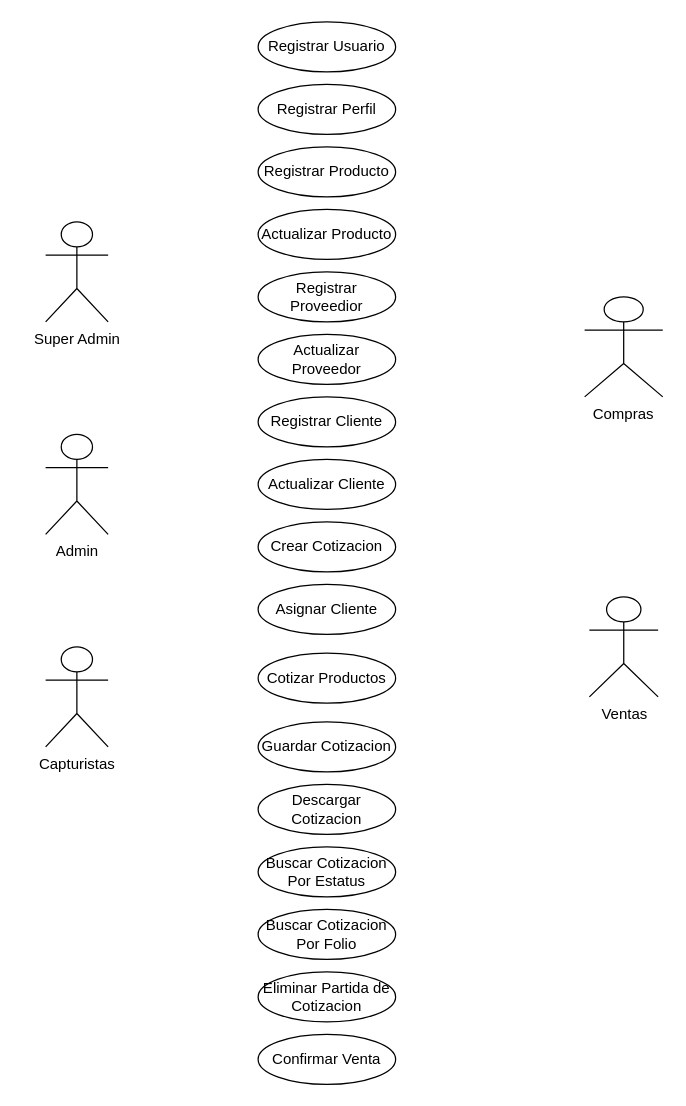
This is Version uno.drawio from KAI1718/practicas, a draw.io file, before an edit. Source tidied: cells renumbered, new cells numbered last; positions are measured from the earlier drawing's top-left corner, leaving out a move shared by most shapes. Both pictures are drawn from the tidied source at 125%, with x=0, y=0 at pixel (45, 21).
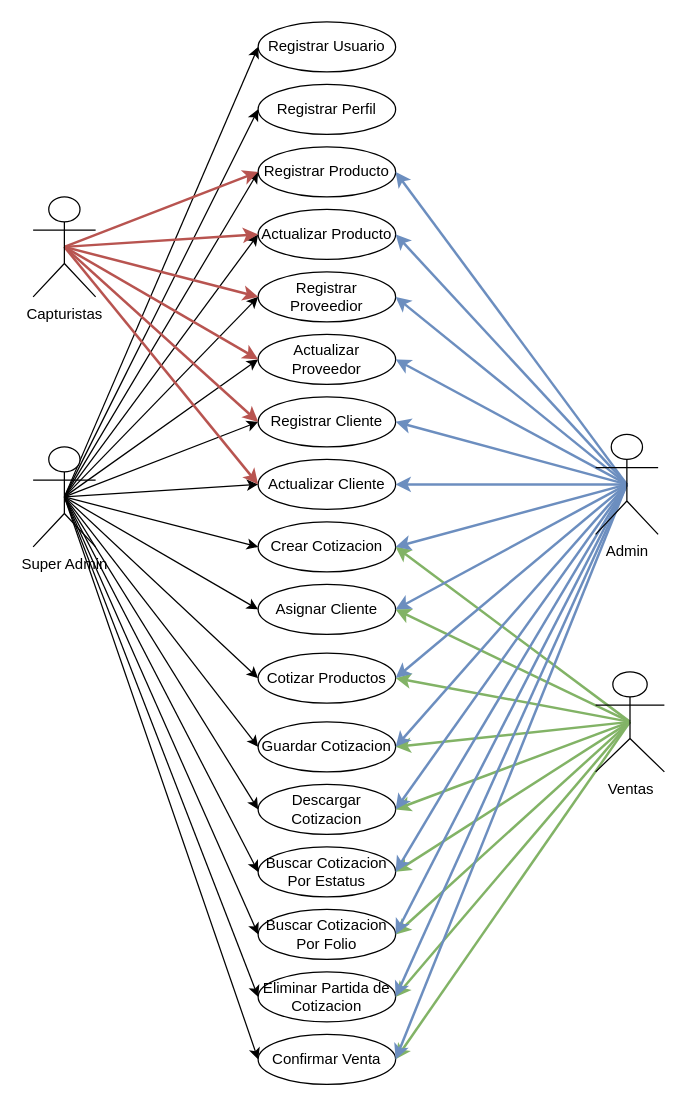
The same page after the edit.

The change refers to these unchanged cells:
```xml
<mxCell id="2" value="Registrar Usuario" style="ellipse;whiteSpace=wrap;html=1;" parent="1" vertex="1">
  <mxGeometry x="170" width="110" height="40" as="geometry" />
</mxCell>
<mxCell id="3" value="Registrar Perfil" style="ellipse;whiteSpace=wrap;html=1;" parent="1" vertex="1">
  <mxGeometry x="170" y="50" width="110" height="40" as="geometry" />
</mxCell>
<mxCell id="4" value="Registrar Producto" style="ellipse;whiteSpace=wrap;html=1;" parent="1" vertex="1">
  <mxGeometry x="170" y="100" width="110" height="40" as="geometry" />
</mxCell>
<mxCell id="5" value="Actualizar Producto" style="ellipse;whiteSpace=wrap;html=1;" parent="1" vertex="1">
  <mxGeometry x="170" y="150" width="110" height="40" as="geometry" />
</mxCell>
<mxCell id="6" value="Registrar Proveedior" style="ellipse;whiteSpace=wrap;html=1;" parent="1" vertex="1">
  <mxGeometry x="170" y="200" width="110" height="40" as="geometry" />
</mxCell>
<mxCell id="7" value="Actualizar Proveedor" style="ellipse;whiteSpace=wrap;html=1;" parent="1" vertex="1">
  <mxGeometry x="170" y="250" width="110" height="40" as="geometry" />
</mxCell>
<mxCell id="8" value="Registrar Cliente" style="ellipse;whiteSpace=wrap;html=1;" parent="1" vertex="1">
  <mxGeometry x="170" y="300" width="110" height="40" as="geometry" />
</mxCell>
<mxCell id="9" value="Actualizar Cliente" style="ellipse;whiteSpace=wrap;html=1;" parent="1" vertex="1">
  <mxGeometry x="170" y="350" width="110" height="40" as="geometry" />
</mxCell>
<mxCell id="10" value="Crear Cotizacion" style="ellipse;whiteSpace=wrap;html=1;" parent="1" vertex="1">
  <mxGeometry x="170" y="400" width="110" height="40" as="geometry" />
</mxCell>
<mxCell id="11" value="Asignar Cliente" style="ellipse;whiteSpace=wrap;html=1;" parent="1" vertex="1">
  <mxGeometry x="170" y="450" width="110" height="40" as="geometry" />
</mxCell>
<mxCell id="12" value="Cotizar Productos" style="ellipse;whiteSpace=wrap;html=1;" parent="1" vertex="1">
  <mxGeometry x="170" y="505" width="110" height="40" as="geometry" />
</mxCell>
<mxCell id="13" value="Guardar Cotizacion" style="ellipse;whiteSpace=wrap;html=1;" parent="1" vertex="1">
  <mxGeometry x="170" y="560" width="110" height="40" as="geometry" />
</mxCell>
<mxCell id="14" value="Descargar Cotizacion" style="ellipse;whiteSpace=wrap;html=1;" parent="1" vertex="1">
  <mxGeometry x="170" y="610" width="110" height="40" as="geometry" />
</mxCell>
<mxCell id="15" value="Buscar Cotizacion Por Estatus" style="ellipse;whiteSpace=wrap;html=1;" parent="1" vertex="1">
  <mxGeometry x="170" y="660" width="110" height="40" as="geometry" />
</mxCell>
<mxCell id="16" value="Buscar Cotizacion Por Folio" style="ellipse;whiteSpace=wrap;html=1;" parent="1" vertex="1">
  <mxGeometry x="170" y="710" width="110" height="40" as="geometry" />
</mxCell>
<mxCell id="17" value="Eliminar Partida de Cotizacion" style="ellipse;whiteSpace=wrap;html=1;" parent="1" vertex="1">
  <mxGeometry x="170" y="760" width="110" height="40" as="geometry" />
</mxCell>
<mxCell id="18" value="Confirmar Venta" style="ellipse;whiteSpace=wrap;html=1;" parent="1" vertex="1">
  <mxGeometry x="170" y="810" width="110" height="40" as="geometry" />
</mxCell>
```

Change to the diagram source:
```diff
@@
+    <mxCell id="24" style="rounded=0;jettySize=auto;html=1;exitX=0.5;exitY=0.5;exitDx=0;exitDy=0;exitPerimeter=0;entryX=0;entryY=0.5;entryDx=0;entryDy=0;" parent="1" edge="1" source="19" target="2">
+      <mxGeometry relative="1" as="geometry" />
+    </mxCell>
+    <mxCell id="25" style="rounded=0;jettySize=auto;html=1;exitX=0.5;exitY=0.5;exitDx=0;exitDy=0;exitPerimeter=0;entryX=0;entryY=0.5;entryDx=0;entryDy=0;" parent="1" edge="1" source="19" target="3">
+      <mxGeometry relative="1" as="geometry" />
+    </mxCell>
+    <mxCell id="26" style="rounded=0;jettySize=auto;html=1;exitX=0.5;exitY=0.5;exitDx=0;exitDy=0;exitPerimeter=0;entryX=0;entryY=0.5;entryDx=0;entryDy=0;" parent="1" edge="1" source="19" target="4">
+      <mxGeometry relative="1" as="geometry" />
+    </mxCell>
+    <mxCell id="27" style="rounded=0;jettySize=auto;html=1;exitX=0.5;exitY=0.5;exitDx=0;exitDy=0;exitPerimeter=0;entryX=0;entryY=0.5;entryDx=0;entryDy=0;" parent="1" edge="1" source="19" target="5">
+      <mxGeometry relative="1" as="geometry" />
+    </mxCell>
+    <mxCell id="28" style="rounded=0;jettySize=auto;html=1;exitX=0.5;exitY=0.5;exitDx=0;exitDy=0;exitPerimeter=0;entryX=0;entryY=0.5;entryDx=0;entryDy=0;" parent="1" edge="1" source="19" target="6">
+      <mxGeometry relative="1" as="geometry" />
+    </mxCell>
+    <mxCell id="29" style="rounded=0;jettySize=auto;html=1;exitX=0.5;exitY=0.5;exitDx=0;exitDy=0;exitPerimeter=0;entryX=0;entryY=0.5;entryDx=0;entryDy=0;" parent="1" edge="1" source="19" target="7">
+      <mxGeometry relative="1" as="geometry" />
+    </mxCell>
+    <mxCell id="30" style="rounded=0;jettySize=auto;html=1;exitX=0.5;exitY=0.5;exitDx=0;exitDy=0;exitPerimeter=0;entryX=0;entryY=0.5;entryDx=0;entryDy=0;" parent="1" edge="1" source="19" target="8">
+      <mxGeometry relative="1" as="geometry" />
+    </mxCell>
+    <mxCell id="31" style="rounded=0;jettySize=auto;html=1;exitX=0.5;exitY=0.5;exitDx=0;exitDy=0;exitPerimeter=0;entryX=0;entryY=0.5;entryDx=0;entryDy=0;" parent="1" edge="1" source="19" target="9">
+      <mxGeometry relative="1" as="geometry" />
+    </mxCell>
+    <mxCell id="32" style="rounded=0;jettySize=auto;html=1;exitX=0.5;exitY=0.5;exitDx=0;exitDy=0;exitPerimeter=0;entryX=0;entryY=0.5;entryDx=0;entryDy=0;" parent="1" edge="1" source="19" target="10">
+      <mxGeometry relative="1" as="geometry" />
+    </mxCell>
+    <mxCell id="33" style="rounded=0;jettySize=auto;html=1;exitX=0.5;exitY=0.5;exitDx=0;exitDy=0;exitPerimeter=0;entryX=0;entryY=0.5;entryDx=0;entryDy=0;" parent="1" edge="1" source="19" target="11">
+      <mxGeometry relative="1" as="geometry" />
+    </mxCell>
+    <mxCell id="34" style="rounded=0;jettySize=auto;html=1;exitX=0.5;exitY=0.5;exitDx=0;exitDy=0;exitPerimeter=0;entryX=0;entryY=0.5;entryDx=0;entryDy=0;" parent="1" edge="1" source="19" target="12">
+      <mxGeometry relative="1" as="geometry" />
+    </mxCell>
+    <mxCell id="35" style="rounded=0;jettySize=auto;html=1;exitX=0.5;exitY=0.5;exitDx=0;exitDy=0;exitPerimeter=0;entryX=0;entryY=0.5;entryDx=0;entryDy=0;" parent="1" edge="1" source="19" target="13">
+      <mxGeometry relative="1" as="geometry" />
+    </mxCell>
+    <mxCell id="36" style="rounded=0;jettySize=auto;html=1;exitX=0.5;exitY=0.5;exitDx=0;exitDy=0;exitPerimeter=0;entryX=0;entryY=0.5;entryDx=0;entryDy=0;" parent="1" edge="1" source="19" target="14">
+      <mxGeometry relative="1" as="geometry" />
+    </mxCell>
+    <mxCell id="37" style="rounded=0;jettySize=auto;html=1;exitX=0.5;exitY=0.5;exitDx=0;exitDy=0;exitPerimeter=0;entryX=0;entryY=0.5;entryDx=0;entryDy=0;" parent="1" edge="1" source="19" target="15">
+      <mxGeometry relative="1" as="geometry" />
+    </mxCell>
+    <mxCell id="38" style="rounded=0;jettySize=auto;html=1;exitX=0.5;exitY=0.5;exitDx=0;exitDy=0;exitPerimeter=0;entryX=0;entryY=0.5;entryDx=0;entryDy=0;" parent="1" edge="1" source="19" target="16">
+      <mxGeometry relative="1" as="geometry" />
+    </mxCell>
+    <mxCell id="39" style="rounded=0;jettySize=auto;html=1;exitX=0.5;exitY=0.5;exitDx=0;exitDy=0;exitPerimeter=0;entryX=0;entryY=0.5;entryDx=0;entryDy=0;" parent="1" edge="1" source="19" target="17">
+      <mxGeometry relative="1" as="geometry" />
+    </mxCell>
+    <mxCell id="40" style="rounded=0;jettySize=auto;html=1;exitX=0.5;exitY=0.5;exitDx=0;exitDy=0;exitPerimeter=0;entryX=0;entryY=0.5;entryDx=0;entryDy=0;" parent="1" edge="1" source="19" target="18">
+      <mxGeometry relative="1" as="geometry" />
+    </mxCell>
     <mxCell id="19" value="Super Admin" style="shape=umlActor;verticalLabelPosition=bottom;verticalAlign=top;html=1;outlineConnect=0;" parent="1" vertex="1">
-      <mxGeometry y="160" width="50" height="80" as="geometry" />
+      <mxGeometry x="-10" y="340" width="50" height="80" as="geometry" />
     </mxCell>
+    <mxCell id="41" style="rounded=0;jettySize=auto;html=1;exitX=0.5;exitY=0.5;exitDx=0;exitDy=0;exitPerimeter=0;entryX=0;entryY=0.5;entryDx=0;entryDy=0;fillColor=#f8cecc;strokeColor=#b85450;strokeWidth=2;" parent="1" edge="1" source="21" target="4">
+      <mxGeometry relative="1" as="geometry" />
+    </mxCell>
+    <mxCell id="42" style="rounded=0;jettySize=auto;html=1;exitX=0.5;exitY=0.5;exitDx=0;exitDy=0;exitPerimeter=0;fillColor=#f8cecc;strokeColor=#b85450;strokeWidth=2;" parent="1" edge="1" source="21">
+      <mxGeometry relative="1" as="geometry">
+        <mxPoint x="170" y="220" as="targetPoint" />
+      </mxGeometry>
+    </mxCell>
+    <mxCell id="43" style="rounded=0;jettySize=auto;html=1;exitX=0.5;exitY=0.5;exitDx=0;exitDy=0;exitPerimeter=0;entryX=0;entryY=0.5;entryDx=0;entryDy=0;fillColor=#f8cecc;strokeColor=#b85450;strokeWidth=2;" parent="1" edge="1" source="21" target="8">
+      <mxGeometry relative="1" as="geometry" />
+    </mxCell>
+    <mxCell id="44" style="rounded=0;jettySize=auto;html=1;exitX=0.5;exitY=0.5;exitDx=0;exitDy=0;exitPerimeter=0;entryX=0;entryY=0.5;entryDx=0;entryDy=0;fillColor=#f8cecc;strokeColor=#b85450;strokeWidth=2;" parent="1" edge="1" source="21" target="5">
+      <mxGeometry relative="1" as="geometry" />
+    </mxCell>
+    <mxCell id="45" style="rounded=0;jettySize=auto;html=1;exitX=0.5;exitY=0.5;exitDx=0;exitDy=0;exitPerimeter=0;entryX=0;entryY=0.5;entryDx=0;entryDy=0;fillColor=#f8cecc;strokeColor=#b85450;strokeWidth=2;" parent="1" edge="1" source="21" target="7">
+      <mxGeometry relative="1" as="geometry" />
+    </mxCell>
+    <mxCell id="46" style="rounded=0;jettySize=auto;html=1;exitX=0.5;exitY=0.5;exitDx=0;exitDy=0;exitPerimeter=0;entryX=0;entryY=0.5;entryDx=0;entryDy=0;fillColor=#f8cecc;strokeColor=#b85450;strokeWidth=2;" parent="1" edge="1" source="21" target="9">
+      <mxGeometry relative="1" as="geometry" />
+    </mxCell>
+    <mxCell id="21" value="Capturistas" style="shape=umlActor;verticalLabelPosition=bottom;verticalAlign=top;html=1;outlineConnect=0;" parent="1" vertex="1">
+      <mxGeometry x="-10" y="140" width="50" height="80" as="geometry" />
+    </mxCell>
+    <mxCell id="47" style="rounded=0;jettySize=auto;html=1;exitX=0.5;exitY=0.5;exitDx=0;exitDy=0;exitPerimeter=0;entryX=1;entryY=0.5;entryDx=0;entryDy=0;fillColor=#d5e8d4;strokeColor=#82b366;strokeWidth=2;" parent="1" edge="1" source="22" target="10">
+      <mxGeometry relative="1" as="geometry" />
+    </mxCell>
+    <mxCell id="48" style="rounded=0;jettySize=auto;html=1;exitX=0.5;exitY=0.5;exitDx=0;exitDy=0;exitPerimeter=0;entryX=1;entryY=0.5;entryDx=0;entryDy=0;fillColor=#d5e8d4;strokeColor=#82b366;strokeWidth=2;" parent="1" edge="1" source="22" target="11">
+      <mxGeometry relative="1" as="geometry" />
+    </mxCell>
+    <mxCell id="49" style="rounded=0;jettySize=auto;html=1;exitX=0.5;exitY=0.5;exitDx=0;exitDy=0;exitPerimeter=0;entryX=1;entryY=0.5;entryDx=0;entryDy=0;fillColor=#d5e8d4;strokeColor=#82b366;strokeWidth=2;" parent="1" edge="1" source="22" target="12">
+      <mxGeometry relative="1" as="geometry" />
+    </mxCell>
+    <mxCell id="50" style="rounded=0;jettySize=auto;html=1;exitX=0.5;exitY=0.5;exitDx=0;exitDy=0;exitPerimeter=0;entryX=1;entryY=0.5;entryDx=0;entryDy=0;fillColor=#d5e8d4;strokeColor=#82b366;strokeWidth=2;" parent="1" edge="1" source="22" target="13">
+      <mxGeometry relative="1" as="geometry" />
+    </mxCell>
+    <mxCell id="51" style="rounded=0;jettySize=auto;html=1;exitX=0.5;exitY=0.5;exitDx=0;exitDy=0;exitPerimeter=0;entryX=1;entryY=0.5;entryDx=0;entryDy=0;fillColor=#d5e8d4;strokeColor=#82b366;strokeWidth=2;" parent="1" edge="1" source="22" target="14">
+      <mxGeometry relative="1" as="geometry" />
+    </mxCell>
+    <mxCell id="52" style="rounded=0;jettySize=auto;html=1;exitX=0.5;exitY=0.5;exitDx=0;exitDy=0;exitPerimeter=0;entryX=1;entryY=0.5;entryDx=0;entryDy=0;fillColor=#d5e8d4;strokeColor=#82b366;strokeWidth=2;" parent="1" edge="1" source="22" target="15">
+      <mxGeometry relative="1" as="geometry" />
+    </mxCell>
+    <mxCell id="53" style="rounded=0;jettySize=auto;html=1;exitX=0.5;exitY=0.5;exitDx=0;exitDy=0;exitPerimeter=0;entryX=1;entryY=0.5;entryDx=0;entryDy=0;fillColor=#d5e8d4;strokeColor=#82b366;strokeWidth=2;" parent="1" edge="1" source="22" target="16">
+      <mxGeometry relative="1" as="geometry" />
+    </mxCell>
+    <mxCell id="54" style="rounded=0;jettySize=auto;html=1;exitX=0.5;exitY=0.5;exitDx=0;exitDy=0;exitPerimeter=0;entryX=1;entryY=0.5;entryDx=0;entryDy=0;fillColor=#d5e8d4;strokeColor=#82b366;strokeWidth=2;" parent="1" edge="1" source="22" target="17">
+      <mxGeometry relative="1" as="geometry" />
+    </mxCell>
+    <mxCell id="55" style="rounded=0;jettySize=auto;html=1;exitX=0.5;exitY=0.5;exitDx=0;exitDy=0;exitPerimeter=0;entryX=1;entryY=0.5;entryDx=0;entryDy=0;fillColor=#d5e8d4;strokeColor=#82b366;strokeWidth=2;" parent="1" edge="1" source="22" target="18">
+      <mxGeometry relative="1" as="geometry" />
+    </mxCell>
+    <mxCell id="22" value="Ventas" style="shape=umlActor;verticalLabelPosition=bottom;verticalAlign=top;html=1;outlineConnect=0;" parent="1" vertex="1">
+      <mxGeometry x="440" y="520" width="55" height="80" as="geometry" />
+    </mxCell>
+    <mxCell id="56" style="rounded=0;jettySize=auto;html=1;exitX=0.5;exitY=0.5;exitDx=0;exitDy=0;exitPerimeter=0;entryX=1;entryY=0.5;entryDx=0;entryDy=0;fillColor=#dae8fc;strokeColor=#6c8ebf;strokeWidth=2;" parent="1" edge="1" source="20" target="4">
+      <mxGeometry relative="1" as="geometry" />
+    </mxCell>
+    <mxCell id="57" style="rounded=0;jettySize=auto;html=1;exitX=0.5;exitY=0.5;exitDx=0;exitDy=0;exitPerimeter=0;entryX=1;entryY=0.5;entryDx=0;entryDy=0;fillColor=#dae8fc;strokeColor=#6c8ebf;strokeWidth=2;" parent="1" edge="1" source="20" target="5">
+      <mxGeometry relative="1" as="geometry" />
+    </mxCell>
+    <mxCell id="58" style="rounded=0;jettySize=auto;html=1;exitX=0.5;exitY=0.5;exitDx=0;exitDy=0;exitPerimeter=0;entryX=1;entryY=0.5;entryDx=0;entryDy=0;fillColor=#dae8fc;strokeColor=#6c8ebf;strokeWidth=2;" parent="1" edge="1" source="20" target="6">
+      <mxGeometry relative="1" as="geometry" />
+    </mxCell>
+    <mxCell id="59" style="rounded=0;jettySize=auto;html=1;exitX=0.5;exitY=0.5;exitDx=0;exitDy=0;exitPerimeter=0;entryX=1;entryY=0.5;entryDx=0;entryDy=0;fillColor=#dae8fc;strokeColor=#6c8ebf;strokeWidth=2;" parent="1" edge="1" source="20" target="7">
+      <mxGeometry relative="1" as="geometry" />
+    </mxCell>
+    <mxCell id="60" style="rounded=0;jettySize=auto;html=1;exitX=0.5;exitY=0.5;exitDx=0;exitDy=0;exitPerimeter=0;entryX=1;entryY=0.5;entryDx=0;entryDy=0;fillColor=#dae8fc;strokeColor=#6c8ebf;strokeWidth=2;" parent="1" edge="1" source="20" target="8">
+      <mxGeometry relative="1" as="geometry" />
+    </mxCell>
+    <mxCell id="61" style="rounded=0;jettySize=auto;html=1;exitX=0.5;exitY=0.5;exitDx=0;exitDy=0;exitPerimeter=0;entryX=1;entryY=0.5;entryDx=0;entryDy=0;fillColor=#dae8fc;strokeColor=#6c8ebf;strokeWidth=2;" parent="1" edge="1" source="20" target="9">
+      <mxGeometry relative="1" as="geometry" />
+    </mxCell>
+    <mxCell id="62" style="rounded=0;jettySize=auto;html=1;exitX=0.5;exitY=0.5;exitDx=0;exitDy=0;exitPerimeter=0;entryX=1;entryY=0.5;entryDx=0;entryDy=0;fillColor=#dae8fc;strokeColor=#6c8ebf;strokeWidth=2;" parent="1" edge="1" source="20" target="10">
+      <mxGeometry relative="1" as="geometry" />
+    </mxCell>
+    <mxCell id="63" style="rounded=0;jettySize=auto;html=1;exitX=0.5;exitY=0.5;exitDx=0;exitDy=0;exitPerimeter=0;entryX=1;entryY=0.5;entryDx=0;entryDy=0;fillColor=#dae8fc;strokeColor=#6c8ebf;strokeWidth=2;" parent="1" edge="1" source="20" target="11">
+      <mxGeometry relative="1" as="geometry" />
+    </mxCell>
+    <mxCell id="64" style="rounded=0;jettySize=auto;html=1;exitX=0.5;exitY=0.5;exitDx=0;exitDy=0;exitPerimeter=0;entryX=1;entryY=0.5;entryDx=0;entryDy=0;fillColor=#dae8fc;strokeColor=#6c8ebf;strokeWidth=2;" parent="1" edge="1" source="20" target="12">
+      <mxGeometry relative="1" as="geometry" />
+    </mxCell>
+    <mxCell id="65" style="rounded=0;jettySize=auto;html=1;exitX=0.5;exitY=0.5;exitDx=0;exitDy=0;exitPerimeter=0;entryX=1;entryY=0.5;entryDx=0;entryDy=0;fillColor=#dae8fc;strokeColor=#6c8ebf;strokeWidth=2;" parent="1" edge="1" source="20" target="13">
+      <mxGeometry relative="1" as="geometry" />
+    </mxCell>
+    <mxCell id="66" style="rounded=0;jettySize=auto;html=1;exitX=0.5;exitY=0.5;exitDx=0;exitDy=0;exitPerimeter=0;entryX=1;entryY=0.5;entryDx=0;entryDy=0;fillColor=#dae8fc;strokeColor=#6c8ebf;strokeWidth=2;" parent="1" edge="1" source="20" target="14">
+      <mxGeometry relative="1" as="geometry" />
+    </mxCell>
+    <mxCell id="67" style="rounded=0;jettySize=auto;html=1;exitX=0.5;exitY=0.5;exitDx=0;exitDy=0;exitPerimeter=0;entryX=1;entryY=0.5;entryDx=0;entryDy=0;fillColor=#dae8fc;strokeColor=#6c8ebf;strokeWidth=2;" parent="1" edge="1" source="20" target="15">
+      <mxGeometry relative="1" as="geometry" />
+    </mxCell>
+    <mxCell id="68" style="rounded=0;jettySize=auto;html=1;exitX=0.5;exitY=0.5;exitDx=0;exitDy=0;exitPerimeter=0;entryX=1;entryY=0.5;entryDx=0;entryDy=0;fillColor=#dae8fc;strokeColor=#6c8ebf;strokeWidth=2;" parent="1" edge="1" source="20" target="16">
+      <mxGeometry relative="1" as="geometry" />
+    </mxCell>
+    <mxCell id="69" style="rounded=0;jettySize=auto;html=1;exitX=0.5;exitY=0.5;exitDx=0;exitDy=0;exitPerimeter=0;entryX=1;entryY=0.5;entryDx=0;entryDy=0;fillColor=#dae8fc;strokeColor=#6c8ebf;strokeWidth=2;" parent="1" edge="1" source="20" target="17">
+      <mxGeometry relative="1" as="geometry" />
+    </mxCell>
+    <mxCell id="70" style="rounded=0;jettySize=auto;html=1;exitX=0.5;exitY=0.5;exitDx=0;exitDy=0;exitPerimeter=0;entryX=1;entryY=0.5;entryDx=0;entryDy=0;fillColor=#dae8fc;strokeColor=#6c8ebf;strokeWidth=2;" parent="1" edge="1" source="20" target="18">
+      <mxGeometry relative="1" as="geometry" />
+    </mxCell>
     <mxCell id="20" value="Admin" style="shape=umlActor;verticalLabelPosition=bottom;verticalAlign=top;html=1;outlineConnect=0;" parent="1" vertex="1">
-      <mxGeometry y="330" width="50" height="80" as="geometry" />
+      <mxGeometry x="440" y="330" width="50" height="80" as="geometry" />
     </mxCell>
-    <mxCell id="21" value="Capturistas" style="shape=umlActor;verticalLabelPosition=bottom;verticalAlign=top;html=1;outlineConnect=0;" parent="1" vertex="1">
-      <mxGeometry y="500" width="50" height="80" as="geometry" />
-    </mxCell>
-    <mxCell id="22" value="Ventas" style="shape=umlActor;verticalLabelPosition=bottom;verticalAlign=top;html=1;outlineConnect=0;" parent="1" vertex="1">
-      <mxGeometry x="435" y="460" width="55" height="80" as="geometry" />
-    </mxCell>
-    <mxCell id="23" value="Compras" style="shape=umlActor;verticalLabelPosition=bottom;verticalAlign=top;html=1;" parent="1" vertex="1">
-      <mxGeometry x="431.2" y="220" width="62.5" height="80" as="geometry" />
-    </mxCell>
```
